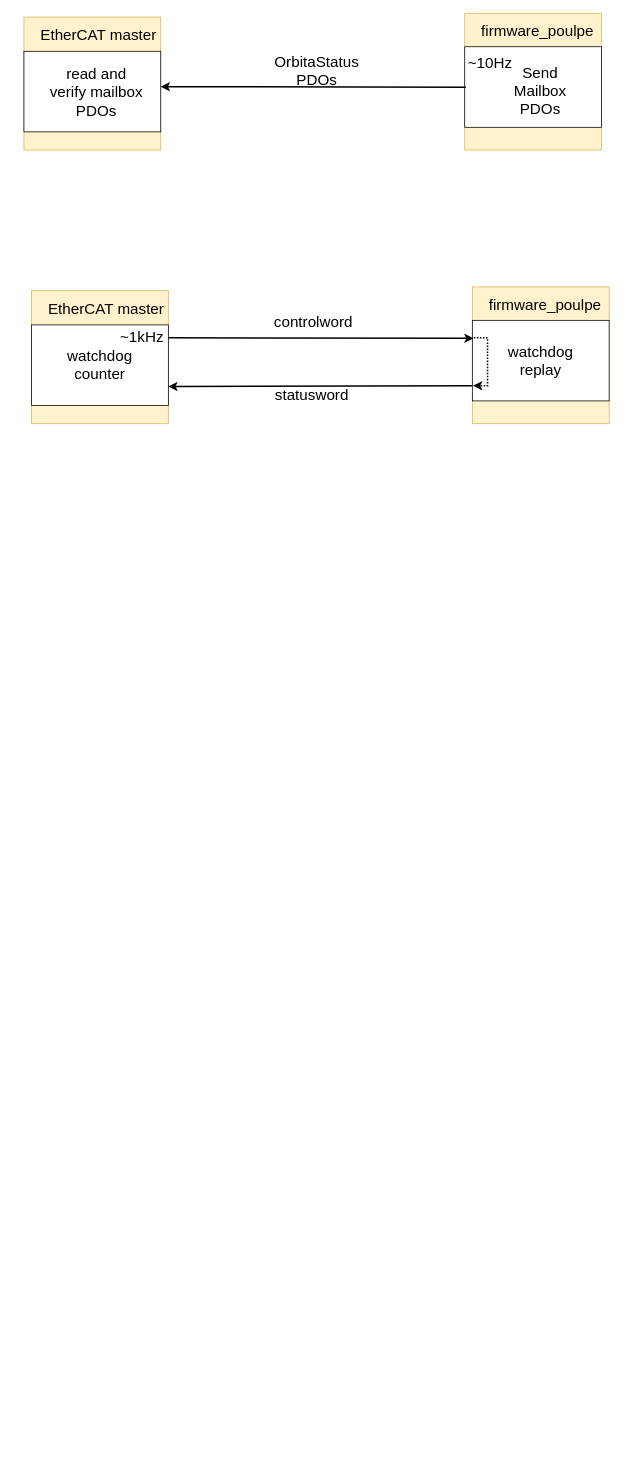
Above: docs/ethercat.drawio in pollen-robotics/poulpe_ethercat_controller (draw.io), before the change. Source tidied: cells renumbered, new cells numbered last; positions are measured from the earlier drawing's top-left corner, leaving out a move shared by most shapes. Both pictures are drawn from the tidied source at 76%, with x=0, y=0 at pixel (24, 13).
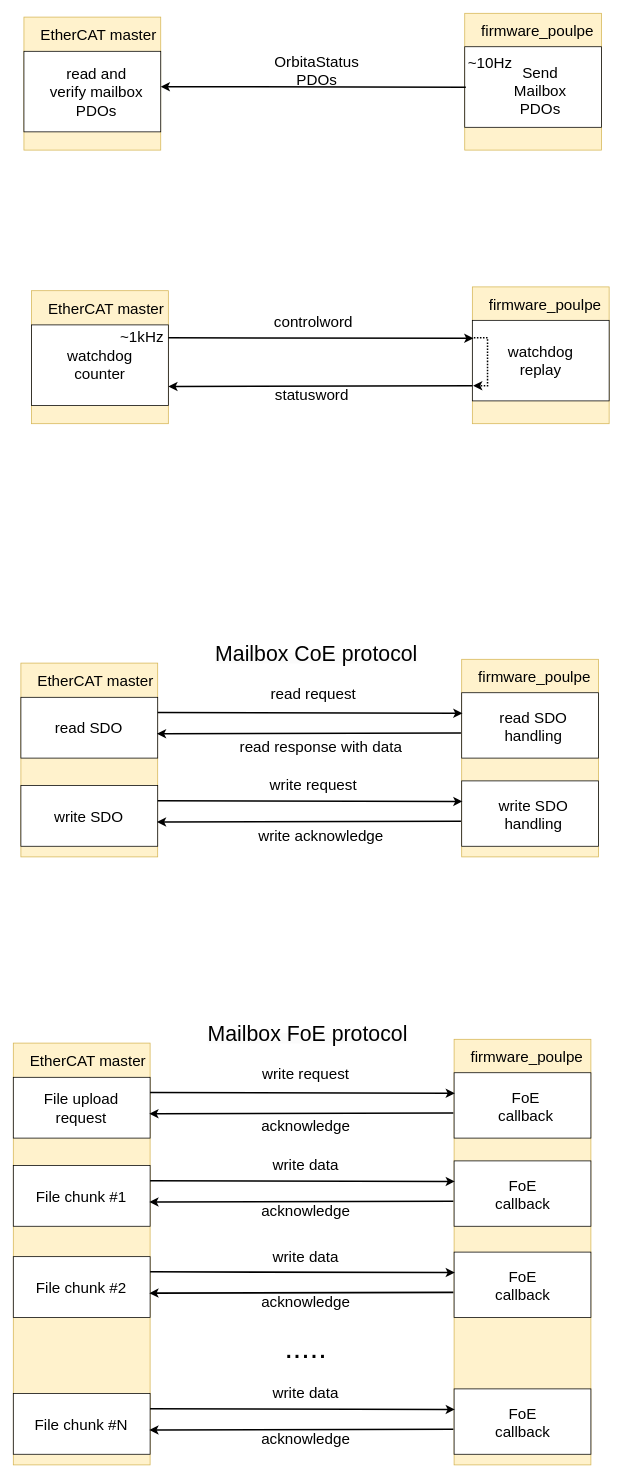
The same page after the edit.

The edit, as a diff of the source:
```diff
@@
+    <mxCell id="27" style="rounded=0;whiteSpace=wrap;html=1;fontSize=20;fillColor=#fff2cc;strokeColor=#d6b656;" parent="1" vertex="1">
+      <mxGeometry x="-4" y="855" width="180" height="255" as="geometry" />
+    </mxCell>
+    <mxCell id="28" style="rounded=0;whiteSpace=wrap;html=1;" parent="1" vertex="1">
+      <mxGeometry x="-4" y="900" width="180" height="80" as="geometry" />
+    </mxCell>
+    <mxCell id="29" style="rounded=0;whiteSpace=wrap;html=1;fontSize=20;fillColor=#fff2cc;strokeColor=#d6b656;" parent="1" vertex="1">
+      <mxGeometry x="576" y="850" width="180" height="260" as="geometry" />
+    </mxCell>
+    <mxCell id="30" style="rounded=0;whiteSpace=wrap;html=1;" parent="1" vertex="1">
+      <mxGeometry x="576" y="894" width="180" height="86" as="geometry" />
+    </mxCell>
+    <mxCell id="31" value="&lt;span style=&quot;font-size: 20px;&quot;&gt;read SDO&lt;/span&gt;" style="text;html=1;align=center;verticalAlign=middle;whiteSpace=wrap;rounded=0;" parent="1" vertex="1">
+      <mxGeometry x="20" y="917" width="131" height="46" as="geometry" />
+    </mxCell>
+    <mxCell id="32" value="&lt;span style=&quot;color: rgb(0, 0, 0); font-family: Helvetica; font-size: 20px; font-style: normal; font-variant-ligatures: normal; font-variant-caps: normal; font-weight: 400; letter-spacing: normal; orphans: 2; text-align: center; text-indent: 0px; text-transform: none; widows: 2; word-spacing: 0px; -webkit-text-stroke-width: 0px; white-space: normal; text-decoration-thickness: initial; text-decoration-style: initial; text-decoration-color: initial; float: none; display: inline !important;&quot;&gt;EtherCAT master&lt;/span&gt;" style="text;whiteSpace=wrap;html=1;labelBackgroundColor=none;" parent="1" vertex="1">
+      <mxGeometry x="16" y="860" width="170" height="50" as="geometry" />
+    </mxCell>
+    <mxCell id="33" value="&lt;span style=&quot;color: rgb(0, 0, 0); font-family: Helvetica; font-size: 20px; font-style: normal; font-variant-ligatures: normal; font-variant-caps: normal; font-weight: 400; letter-spacing: normal; orphans: 2; text-align: center; text-indent: 0px; text-transform: none; widows: 2; word-spacing: 0px; -webkit-text-stroke-width: 0px; white-space: normal; text-decoration-thickness: initial; text-decoration-style: initial; text-decoration-color: initial; float: none; display: inline !important;&quot;&gt;firmware_poulpe&lt;/span&gt;" style="text;whiteSpace=wrap;html=1;labelBackgroundColor=none;" parent="1" vertex="1">
+      <mxGeometry x="596" y="855" width="170" height="50" as="geometry" />
+    </mxCell>
+    <mxCell id="34" value="&lt;span style=&quot;font-size: 20px;&quot;&gt;read SDO handling&lt;/span&gt;" style="text;html=1;align=center;verticalAlign=middle;whiteSpace=wrap;rounded=0;" parent="1" vertex="1">
+      <mxGeometry x="619.5" y="917" width="101" height="41" as="geometry" />
+    </mxCell>
+    <mxCell id="35" style="endArrow=classic;html=1;rounded=0;entryX=0.008;entryY=0.376;entryDx=0;entryDy=0;entryPerimeter=0;strokeWidth=2;" parent="1" edge="1">
+      <mxGeometry relative="1" as="geometry">
+        <mxPoint x="176" y="920" as="sourcePoint" />
+        <mxPoint x="577" y="921" as="targetPoint" />
+      </mxGeometry>
+    </mxCell>
+    <mxCell id="36" style="endArrow=none;html=1;rounded=0;startArrow=classic;startFill=1;endFill=0;strokeWidth=2;" parent="1" edge="1">
+      <mxGeometry relative="1" as="geometry">
+        <mxPoint x="175" y="948" as="sourcePoint" />
+        <mxPoint x="575" y="947" as="targetPoint" />
+      </mxGeometry>
+    </mxCell>
+    <mxCell id="37" value="&lt;font style=&quot;font-size: 20px;&quot;&gt;read request&lt;br&gt;&lt;/font&gt;" style="text;html=1;align=center;verticalAlign=middle;whiteSpace=wrap;rounded=0;" parent="1" vertex="1">
+      <mxGeometry x="241" y="880" width="280" height="30" as="geometry" />
+    </mxCell>
+    <mxCell id="38" value="&lt;font style=&quot;font-size: 20px;&quot;&gt;read response with data&lt;/font&gt;" style="text;html=1;align=center;verticalAlign=middle;whiteSpace=wrap;rounded=0;" parent="1" vertex="1">
+      <mxGeometry x="280.5" y="950" width="220" height="30" as="geometry" />
+    </mxCell>
+    <mxCell id="39" value="&lt;span style=&quot;color: rgb(0, 0, 0); font-family: Helvetica; font-style: normal; font-variant-ligatures: normal; font-variant-caps: normal; font-weight: 400; letter-spacing: normal; orphans: 2; text-align: center; text-indent: 0px; text-transform: none; widows: 2; word-spacing: 0px; -webkit-text-stroke-width: 0px; white-space: normal; background-color: rgb(251, 251, 251); text-decoration-thickness: initial; text-decoration-style: initial; text-decoration-color: initial; float: none; display: inline !important;&quot;&gt;&lt;font style=&quot;font-size: 28px;&quot;&gt;Mailbox CoE protocol&lt;/font&gt;&lt;/span&gt;" style="text;whiteSpace=wrap;html=1;" parent="1" vertex="1">
+      <mxGeometry x="250" y="820" width="319.5" height="50" as="geometry" />
+    </mxCell>
+    <mxCell id="40" style="rounded=0;whiteSpace=wrap;html=1;" parent="1" vertex="1">
+      <mxGeometry x="-4" y="1016" width="180" height="80" as="geometry" />
+    </mxCell>
+    <mxCell id="41" style="rounded=0;whiteSpace=wrap;html=1;" parent="1" vertex="1">
+      <mxGeometry x="576" y="1010" width="180" height="86" as="geometry" />
+    </mxCell>
+    <mxCell id="42" value="&lt;span style=&quot;font-size: 20px;&quot;&gt;write SDO&lt;/span&gt;" style="text;html=1;align=center;verticalAlign=middle;whiteSpace=wrap;rounded=0;" parent="1" vertex="1">
+      <mxGeometry x="20" y="1033" width="131" height="46" as="geometry" />
+    </mxCell>
+    <mxCell id="43" value="&lt;span style=&quot;font-size: 20px;&quot;&gt;write SDO handling&lt;/span&gt;" style="text;html=1;align=center;verticalAlign=middle;whiteSpace=wrap;rounded=0;" parent="1" vertex="1">
+      <mxGeometry x="619.5" y="1033" width="101" height="41" as="geometry" />
+    </mxCell>
+    <mxCell id="44" style="endArrow=classic;html=1;rounded=0;entryX=0.008;entryY=0.376;entryDx=0;entryDy=0;entryPerimeter=0;strokeWidth=2;" parent="1" edge="1">
+      <mxGeometry relative="1" as="geometry">
+        <mxPoint x="176" y="1036" as="sourcePoint" />
+        <mxPoint x="577" y="1037" as="targetPoint" />
+      </mxGeometry>
+    </mxCell>
+    <mxCell id="45" style="endArrow=none;html=1;rounded=0;startArrow=classic;startFill=1;endFill=0;strokeWidth=2;" parent="1" edge="1">
+      <mxGeometry relative="1" as="geometry">
+        <mxPoint x="175" y="1064" as="sourcePoint" />
+        <mxPoint x="575" y="1063" as="targetPoint" />
+      </mxGeometry>
+    </mxCell>
+    <mxCell id="46" value="&lt;font style=&quot;font-size: 20px;&quot;&gt;write acknowledge&lt;/font&gt;" style="text;html=1;align=center;verticalAlign=middle;whiteSpace=wrap;rounded=0;" parent="1" vertex="1">
+      <mxGeometry x="280.5" y="1066" width="220" height="30" as="geometry" />
+    </mxCell>
+    <mxCell id="47" value="&lt;font style=&quot;font-size: 20px;&quot;&gt;write request&lt;br&gt;&lt;/font&gt;" style="text;html=1;align=center;verticalAlign=middle;whiteSpace=wrap;rounded=0;" parent="1" vertex="1">
+      <mxGeometry x="241" y="1000" width="280" height="30" as="geometry" />
+    </mxCell>
+    <mxCell id="48" style="rounded=0;whiteSpace=wrap;html=1;fontSize=20;fillColor=#fff2cc;strokeColor=#d6b656;" parent="1" vertex="1">
+      <mxGeometry x="-14" y="1355" width="180" height="555" as="geometry" />
+    </mxCell>
+    <mxCell id="49" style="rounded=0;whiteSpace=wrap;html=1;" parent="1" vertex="1">
+      <mxGeometry x="-14" y="1400" width="180" height="80" as="geometry" />
+    </mxCell>
+    <mxCell id="50" style="rounded=0;whiteSpace=wrap;html=1;fontSize=20;fillColor=#fff2cc;strokeColor=#d6b656;" parent="1" vertex="1">
+      <mxGeometry x="566" y="1350" width="180" height="560" as="geometry" />
+    </mxCell>
+    <mxCell id="51" style="rounded=0;whiteSpace=wrap;html=1;" parent="1" vertex="1">
+      <mxGeometry x="566" y="1394" width="180" height="86" as="geometry" />
+    </mxCell>
+    <mxCell id="52" value="&lt;span style=&quot;font-size: 20px;&quot;&gt;File upload request&lt;/span&gt;" style="text;html=1;align=center;verticalAlign=middle;whiteSpace=wrap;rounded=0;" parent="1" vertex="1">
+      <mxGeometry x="10" y="1417" width="131" height="46" as="geometry" />
+    </mxCell>
+    <mxCell id="53" value="&lt;span style=&quot;color: rgb(0, 0, 0); font-family: Helvetica; font-size: 20px; font-style: normal; font-variant-ligatures: normal; font-variant-caps: normal; font-weight: 400; letter-spacing: normal; orphans: 2; text-align: center; text-indent: 0px; text-transform: none; widows: 2; word-spacing: 0px; -webkit-text-stroke-width: 0px; white-space: normal; text-decoration-thickness: initial; text-decoration-style: initial; text-decoration-color: initial; float: none; display: inline !important;&quot;&gt;EtherCAT master&lt;/span&gt;" style="text;whiteSpace=wrap;html=1;labelBackgroundColor=none;" parent="1" vertex="1">
+      <mxGeometry x="6" y="1360" width="170" height="50" as="geometry" />
+    </mxCell>
+    <mxCell id="54" value="&lt;span style=&quot;color: rgb(0, 0, 0); font-family: Helvetica; font-size: 20px; font-style: normal; font-variant-ligatures: normal; font-variant-caps: normal; font-weight: 400; letter-spacing: normal; orphans: 2; text-align: center; text-indent: 0px; text-transform: none; widows: 2; word-spacing: 0px; -webkit-text-stroke-width: 0px; white-space: normal; text-decoration-thickness: initial; text-decoration-style: initial; text-decoration-color: initial; float: none; display: inline !important;&quot;&gt;firmware_poulpe&lt;/span&gt;" style="text;whiteSpace=wrap;html=1;labelBackgroundColor=none;" parent="1" vertex="1">
+      <mxGeometry x="586" y="1355" width="170" height="50" as="geometry" />
+    </mxCell>
+    <mxCell id="55" value="&lt;span style=&quot;font-size: 20px;&quot;&gt;FoE callback&lt;/span&gt;" style="text;html=1;align=center;verticalAlign=middle;whiteSpace=wrap;rounded=0;" parent="1" vertex="1">
+      <mxGeometry x="609.5" y="1417" width="101" height="41" as="geometry" />
+    </mxCell>
+    <mxCell id="56" style="endArrow=classic;html=1;rounded=0;entryX=0.008;entryY=0.376;entryDx=0;entryDy=0;entryPerimeter=0;strokeWidth=2;" parent="1" edge="1">
+      <mxGeometry relative="1" as="geometry">
+        <mxPoint x="166" y="1420" as="sourcePoint" />
+        <mxPoint x="567" y="1421" as="targetPoint" />
+      </mxGeometry>
+    </mxCell>
+    <mxCell id="57" style="endArrow=none;html=1;rounded=0;startArrow=classic;startFill=1;endFill=0;strokeWidth=2;" parent="1" edge="1">
+      <mxGeometry relative="1" as="geometry">
+        <mxPoint x="165" y="1448" as="sourcePoint" />
+        <mxPoint x="565" y="1447" as="targetPoint" />
+      </mxGeometry>
+    </mxCell>
+    <mxCell id="58" value="&lt;font style=&quot;font-size: 20px;&quot;&gt;write request&lt;br&gt;&lt;/font&gt;" style="text;html=1;align=center;verticalAlign=middle;whiteSpace=wrap;rounded=0;" parent="1" vertex="1">
+      <mxGeometry x="231" y="1380" width="280" height="30" as="geometry" />
+    </mxCell>
+    <mxCell id="59" value="&lt;span style=&quot;color: rgb(0, 0, 0); font-family: Helvetica; font-style: normal; font-variant-ligatures: normal; font-variant-caps: normal; font-weight: 400; letter-spacing: normal; orphans: 2; text-align: center; text-indent: 0px; text-transform: none; widows: 2; word-spacing: 0px; -webkit-text-stroke-width: 0px; white-space: normal; background-color: rgb(251, 251, 251); text-decoration-thickness: initial; text-decoration-style: initial; text-decoration-color: initial; float: none; display: inline !important;&quot;&gt;&lt;font style=&quot;font-size: 28px;&quot;&gt;Mailbox FoE protocol&lt;/font&gt;&lt;/span&gt;" style="text;whiteSpace=wrap;html=1;" parent="1" vertex="1">
+      <mxGeometry x="240" y="1320" width="319.5" height="50" as="geometry" />
+    </mxCell>
+    <mxCell id="60" style="rounded=0;whiteSpace=wrap;html=1;" parent="1" vertex="1">
+      <mxGeometry x="-14" y="1516" width="180" height="80" as="geometry" />
+    </mxCell>
+    <mxCell id="61" style="rounded=0;whiteSpace=wrap;html=1;" parent="1" vertex="1">
+      <mxGeometry x="566" y="1510" width="180" height="86" as="geometry" />
+    </mxCell>
+    <mxCell id="62" value="&lt;span style=&quot;font-size: 20px;&quot;&gt;File chunk #1&lt;/span&gt;" style="text;html=1;align=center;verticalAlign=middle;whiteSpace=wrap;rounded=0;" parent="1" vertex="1">
+      <mxGeometry x="10" y="1533" width="131" height="46" as="geometry" />
+    </mxCell>
+    <mxCell id="63" style="endArrow=classic;html=1;rounded=0;entryX=0.008;entryY=0.376;entryDx=0;entryDy=0;entryPerimeter=0;strokeWidth=2;" parent="1" edge="1">
+      <mxGeometry relative="1" as="geometry">
+        <mxPoint x="166" y="1536" as="sourcePoint" />
+        <mxPoint x="567" y="1537" as="targetPoint" />
+      </mxGeometry>
+    </mxCell>
+    <mxCell id="64" style="endArrow=none;html=1;rounded=0;startArrow=classic;startFill=1;endFill=0;strokeWidth=2;" parent="1" edge="1">
+      <mxGeometry relative="1" as="geometry">
+        <mxPoint x="165" y="1564" as="sourcePoint" />
+        <mxPoint x="565" y="1563" as="targetPoint" />
+      </mxGeometry>
+    </mxCell>
+    <mxCell id="65" value="&lt;font style=&quot;font-size: 20px;&quot;&gt;acknowledge&lt;/font&gt;" style="text;html=1;align=center;verticalAlign=middle;whiteSpace=wrap;rounded=0;" parent="1" vertex="1">
+      <mxGeometry x="261" y="1448" width="220" height="30" as="geometry" />
+    </mxCell>
+    <mxCell id="66" value="&lt;font style=&quot;font-size: 20px;&quot;&gt;write data&lt;br&gt;&lt;/font&gt;" style="text;html=1;align=center;verticalAlign=middle;whiteSpace=wrap;rounded=0;" parent="1" vertex="1">
+      <mxGeometry x="231" y="1500" width="280" height="30" as="geometry" />
+    </mxCell>
+    <mxCell id="67" value="&lt;span style=&quot;font-size: 20px;&quot;&gt;FoE callback&lt;/span&gt;" style="text;html=1;align=center;verticalAlign=middle;whiteSpace=wrap;rounded=0;" parent="1" vertex="1">
+      <mxGeometry x="605.5" y="1533" width="101" height="41" as="geometry" />
+    </mxCell>
+    <mxCell id="68" style="rounded=0;whiteSpace=wrap;html=1;" parent="1" vertex="1">
+      <mxGeometry x="-14" y="1636" width="180" height="80" as="geometry" />
+    </mxCell>
+    <mxCell id="69" style="rounded=0;whiteSpace=wrap;html=1;" parent="1" vertex="1">
+      <mxGeometry x="566" y="1630" width="180" height="86" as="geometry" />
+    </mxCell>
+    <mxCell id="70" value="&lt;span style=&quot;font-size: 20px;&quot;&gt;File chunk #2&lt;/span&gt;" style="text;html=1;align=center;verticalAlign=middle;whiteSpace=wrap;rounded=0;" parent="1" vertex="1">
+      <mxGeometry x="10" y="1653" width="131" height="46" as="geometry" />
+    </mxCell>
+    <mxCell id="71" style="endArrow=classic;html=1;rounded=0;entryX=0.008;entryY=0.376;entryDx=0;entryDy=0;entryPerimeter=0;strokeWidth=2;" parent="1" edge="1">
+      <mxGeometry relative="1" as="geometry">
+        <mxPoint x="166" y="1656" as="sourcePoint" />
+        <mxPoint x="567" y="1657" as="targetPoint" />
+      </mxGeometry>
+    </mxCell>
+    <mxCell id="72" style="endArrow=none;html=1;rounded=0;startArrow=classic;startFill=1;endFill=0;strokeWidth=2;" parent="1" edge="1">
+      <mxGeometry relative="1" as="geometry">
+        <mxPoint x="165" y="1684" as="sourcePoint" />
+        <mxPoint x="565" y="1683" as="targetPoint" />
+      </mxGeometry>
+    </mxCell>
+    <mxCell id="73" value="&lt;font style=&quot;font-size: 20px;&quot;&gt;write data&lt;br&gt;&lt;/font&gt;" style="text;html=1;align=center;verticalAlign=middle;whiteSpace=wrap;rounded=0;" parent="1" vertex="1">
+      <mxGeometry x="231" y="1620" width="280" height="30" as="geometry" />
+    </mxCell>
+    <mxCell id="74" value="&lt;span style=&quot;font-size: 20px;&quot;&gt;FoE callback&lt;/span&gt;" style="text;html=1;align=center;verticalAlign=middle;whiteSpace=wrap;rounded=0;" parent="1" vertex="1">
+      <mxGeometry x="605.5" y="1653" width="101" height="41" as="geometry" />
+    </mxCell>
+    <mxCell id="75" value="&lt;font style=&quot;font-size: 20px;&quot;&gt;acknowledge&lt;/font&gt;" style="text;html=1;align=center;verticalAlign=middle;whiteSpace=wrap;rounded=0;" parent="1" vertex="1">
+      <mxGeometry x="261" y="1560" width="220" height="30" as="geometry" />
+    </mxCell>
+    <mxCell id="76" value="&lt;font style=&quot;font-size: 20px;&quot;&gt;acknowledge&lt;/font&gt;" style="text;html=1;align=center;verticalAlign=middle;whiteSpace=wrap;rounded=0;" parent="1" vertex="1">
+      <mxGeometry x="261" y="1680" width="220" height="30" as="geometry" />
+    </mxCell>
+    <mxCell id="77" style="rounded=0;whiteSpace=wrap;html=1;" parent="1" vertex="1">
+      <mxGeometry x="-14" y="1816" width="180" height="80" as="geometry" />
+    </mxCell>
+    <mxCell id="78" style="rounded=0;whiteSpace=wrap;html=1;" parent="1" vertex="1">
+      <mxGeometry x="566" y="1810" width="180" height="86" as="geometry" />
+    </mxCell>
+    <mxCell id="79" value="&lt;span style=&quot;font-size: 20px;&quot;&gt;File chunk #N&lt;/span&gt;" style="text;html=1;align=center;verticalAlign=middle;whiteSpace=wrap;rounded=0;" parent="1" vertex="1">
+      <mxGeometry x="10" y="1833" width="131" height="46" as="geometry" />
+    </mxCell>
+    <mxCell id="80" style="endArrow=classic;html=1;rounded=0;entryX=0.008;entryY=0.376;entryDx=0;entryDy=0;entryPerimeter=0;strokeWidth=2;" parent="1" edge="1">
+      <mxGeometry relative="1" as="geometry">
+        <mxPoint x="166" y="1836" as="sourcePoint" />
+        <mxPoint x="567" y="1837" as="targetPoint" />
+      </mxGeometry>
+    </mxCell>
+    <mxCell id="81" style="endArrow=none;html=1;rounded=0;startArrow=classic;startFill=1;endFill=0;strokeWidth=2;" parent="1" edge="1">
+      <mxGeometry relative="1" as="geometry">
+        <mxPoint x="165" y="1864" as="sourcePoint" />
+        <mxPoint x="565" y="1863" as="targetPoint" />
+      </mxGeometry>
+    </mxCell>
+    <mxCell id="82" value="&lt;font style=&quot;font-size: 20px;&quot;&gt;write data&lt;br&gt;&lt;/font&gt;" style="text;html=1;align=center;verticalAlign=middle;whiteSpace=wrap;rounded=0;" parent="1" vertex="1">
+      <mxGeometry x="231" y="1800" width="280" height="30" as="geometry" />
+    </mxCell>
+    <mxCell id="83" value="&lt;span style=&quot;font-size: 20px;&quot;&gt;FoE callback&lt;/span&gt;" style="text;html=1;align=center;verticalAlign=middle;whiteSpace=wrap;rounded=0;" parent="1" vertex="1">
+      <mxGeometry x="605.5" y="1833" width="101" height="41" as="geometry" />
+    </mxCell>
+    <mxCell id="84" value="&lt;font style=&quot;font-size: 20px;&quot;&gt;acknowledge&lt;/font&gt;" style="text;html=1;align=center;verticalAlign=middle;whiteSpace=wrap;rounded=0;" parent="1" vertex="1">
+      <mxGeometry x="261" y="1860" width="220" height="30" as="geometry" />
+    </mxCell>
+    <mxCell id="85" value="&lt;font style=&quot;font-size: 40px;&quot;&gt;.....&lt;/font&gt;" style="text;html=1;align=center;verticalAlign=middle;whiteSpace=wrap;rounded=0;" parent="1" vertex="1">
+      <mxGeometry x="341" y="1740" width="60" height="30" as="geometry" />
+    </mxCell>
```
